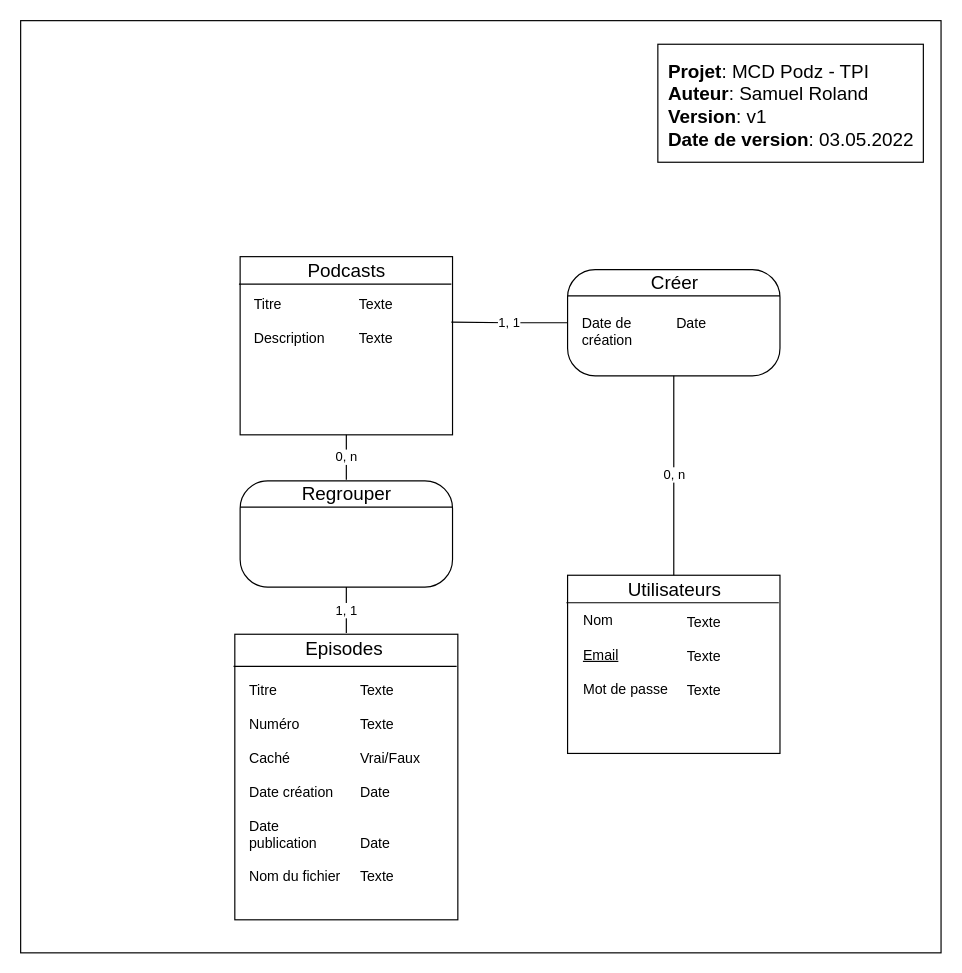
Before: docs/sources/MCD.drawio in samuelroland/podz, a draw.io diagram. Source tidied: cells renumbered, new cells numbered last; positions are measured from the earlier drawing's top-left corner, leaving out a move shared by most shapes. Both pictures are drawn from the tidied source at 118%, with x=0, y=0 at pixel (20, 20).
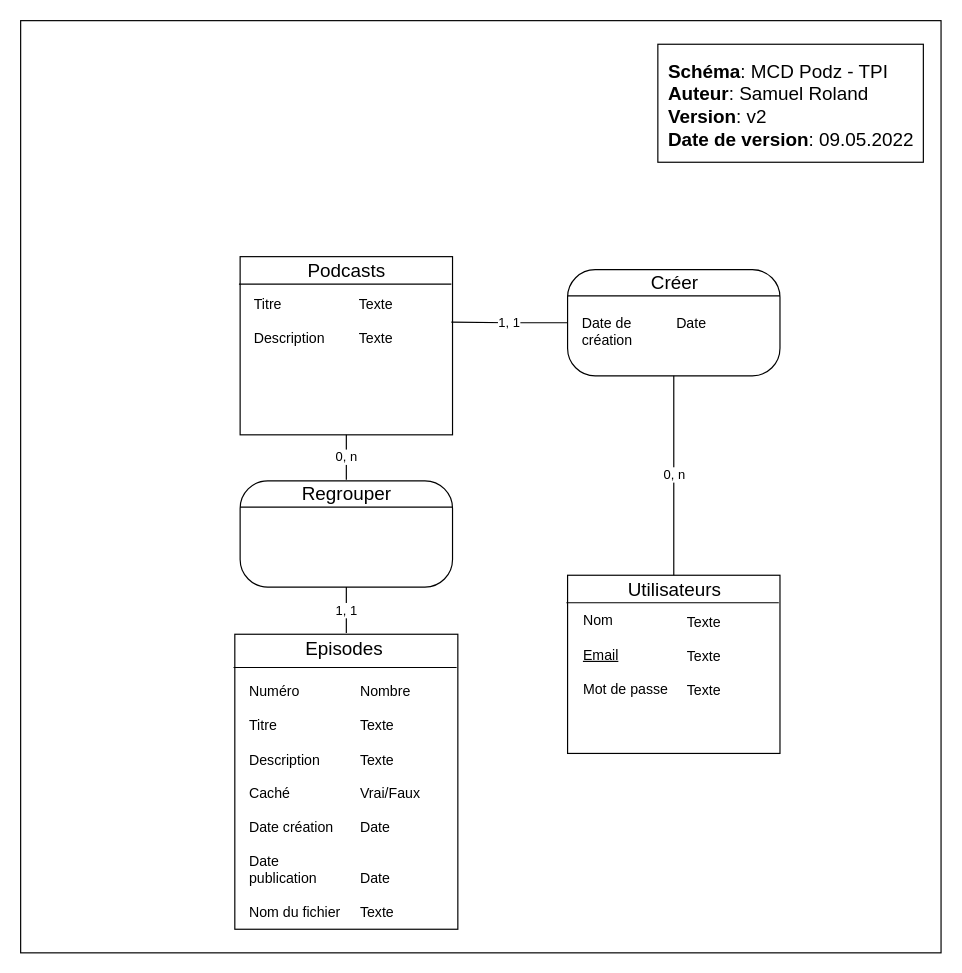
The same diagram, later.

Commit message (it also covers changes not shown here):
db: add a description field to episodes and export v2 in PNG

Diff of the diagram source:
```diff
@@
-    <mxCell id="3" value="&lt;b&gt;Projet&lt;/b&gt;: MCD Podz - TPI&lt;br&gt;&lt;b&gt;Auteur&lt;/b&gt;: Samuel Roland&lt;br&gt;&lt;b&gt;Version&lt;/b&gt;: v1&lt;br&gt;&lt;b&gt;Date de version&lt;/b&gt;: 03.05.2022" style="rounded=0;whiteSpace=wrap;html=1;align=left;verticalAlign=top;fontSize=16;spacingTop=0;spacing=9;" parent="1" vertex="1">
+    <mxCell id="3" value="&lt;b&gt;Schéma&lt;/b&gt;: MCD Podz - TPI&lt;br&gt;&lt;b&gt;Auteur&lt;/b&gt;: Samuel Roland&lt;br&gt;&lt;b&gt;Version&lt;/b&gt;: v2&lt;br&gt;&lt;b&gt;Date de version&lt;/b&gt;: 09.05.2022" style="rounded=0;whiteSpace=wrap;html=1;align=left;verticalAlign=top;fontSize=16;spacingTop=0;spacing=9;" parent="1" vertex="1">
       <mxGeometry x="540" y="20" width="225" height="100" as="geometry" />
     </mxCell>
@@
     <mxCell id="21" style="group;" parent="1" vertex="1">
-      <mxGeometry x="181.5" y="520" width="189" height="242" as="geometry" />
+      <mxGeometry x="181.5" y="520" width="189" height="250" as="geometry" />
     </mxCell>
     <mxCell id="22" style="group;" parent="21" vertex="1">
-      <mxGeometry width="189" height="242" as="geometry" />
+      <mxGeometry width="189" height="250" as="geometry" />
     </mxCell>
     <mxCell id="23" style="group;" parent="22" vertex="1">
-      <mxGeometry width="189" height="242" as="geometry" />
+      <mxGeometry width="189" height="250" as="geometry" />
     </mxCell>
     <mxCell id="24" style="group;" parent="23" vertex="1">
-      <mxGeometry width="189" height="242" as="geometry" />
+      <mxGeometry width="189" height="250" as="geometry" />
     </mxCell>
     <mxCell id="25" style="group;" parent="24" vertex="1">
-      <mxGeometry width="189" height="242" as="geometry" />
+      <mxGeometry width="189" height="250" as="geometry" />
     </mxCell>
     <mxCell id="26" style="group;" parent="25" vertex="1">
-      <mxGeometry width="189" height="242" as="geometry" />
+      <mxGeometry width="189" height="250" as="geometry" />
     </mxCell>
     <mxCell id="27" style="rounded=0;whiteSpace=wrap;html=1;" parent="26" vertex="1">
-      <mxGeometry width="189" height="242" as="geometry" />
+      <mxGeometry width="189" height="250" as="geometry" />
     </mxCell>
@@
     <mxCell id="29" style="endArrow=none;html=1;fontSize=16;" parent="26" edge="1">
       <mxGeometry relative="1" as="geometry">
-        <mxPoint x="-1.1" y="27.3" as="sourcePoint" />
-        <mxPoint x="188" y="27.3" as="targetPoint" />
+        <mxPoint x="-1.1" y="28.2" as="sourcePoint" />
+        <mxPoint x="188" y="28.2" as="targetPoint" />
       </mxGeometry>
     </mxCell>
-    <mxCell id="30" value="Titre&lt;br&gt;&lt;br&gt;Numéro&lt;br&gt;&lt;br&gt;Caché&lt;br&gt;&lt;br&gt;Date création&lt;br&gt;&lt;br&gt;Date publication&lt;br&gt;&lt;br&gt;Nom du fichier" style="text;html=1;strokeColor=none;fillColor=none;align=left;verticalAlign=top;whiteSpace=wrap;rounded=0;" parent="26" vertex="1">
-      <mxGeometry x="10.5" y="33.5" width="84" height="91.8" as="geometry" />
+    <mxCell id="30" value="Numéro&lt;br&gt;&lt;br&gt;Titre&lt;br&gt;&lt;br&gt;Description&lt;br&gt;&lt;br&gt;Caché&lt;br&gt;&lt;br&gt;Date création&lt;br&gt;&lt;br&gt;Date publication&lt;br&gt;&lt;br&gt;Nom du fichier" style="text;html=1;strokeColor=none;fillColor=none;align=left;verticalAlign=top;whiteSpace=wrap;rounded=0;" parent="26" vertex="1">
+      <mxGeometry x="10.5" y="34.6" width="84" height="94.8" as="geometry" />
     </mxCell>
-    <mxCell id="31" value="Texte&lt;br&gt;&lt;br&gt;Texte&lt;br&gt;&lt;br&gt;Vrai/Faux&lt;br&gt;&lt;br&gt;Date&lt;br&gt;&lt;br&gt;&lt;br&gt;Date&lt;br&gt;&lt;br&gt;Texte" style="text;html=1;strokeColor=none;fillColor=none;align=left;verticalAlign=top;whiteSpace=wrap;rounded=0;" parent="26" vertex="1">
-      <mxGeometry x="104" y="33.6" width="84" height="92.6" as="geometry" />
+    <mxCell id="31" value="Nombre&lt;br&gt;&lt;br&gt;Texte&lt;br&gt;&lt;br&gt;Texte&lt;br&gt;&lt;br&gt;Vrai/Faux&lt;br&gt;&lt;br&gt;Date&lt;br&gt;&lt;br&gt;&lt;br&gt;Date&lt;br&gt;&lt;br&gt;Texte" style="text;html=1;strokeColor=none;fillColor=none;align=left;verticalAlign=top;whiteSpace=wrap;rounded=0;" parent="26" vertex="1">
+      <mxGeometry x="104" y="34.7" width="84" height="95.7" as="geometry" />
     </mxCell>
```
